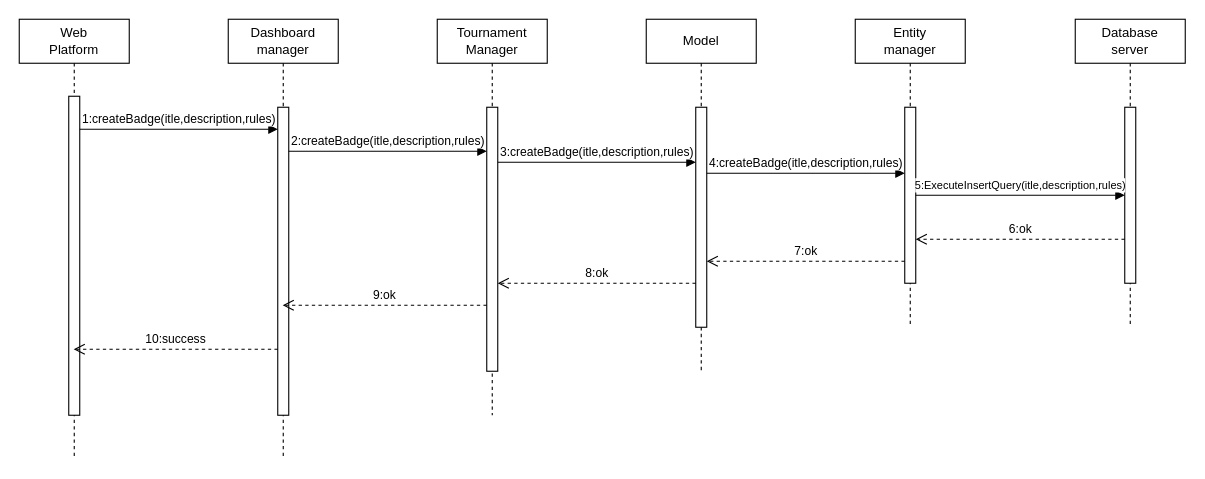
Earlier version of the draw.io diagram page "CreateBadge" (17 of 18) of diagrams/Runtime diagrams/RuntimeDiagrams.drawio (mttcrn/software-engineering-II-project). Source tidied: cells renumbered, new cells numbered last; positions are measured from the earlier drawing's top-left corner, leaving out a move shared by most shapes. Both pictures are drawn from the tidied source at 110%, with x=0, y=0 at pixel (19, 19).
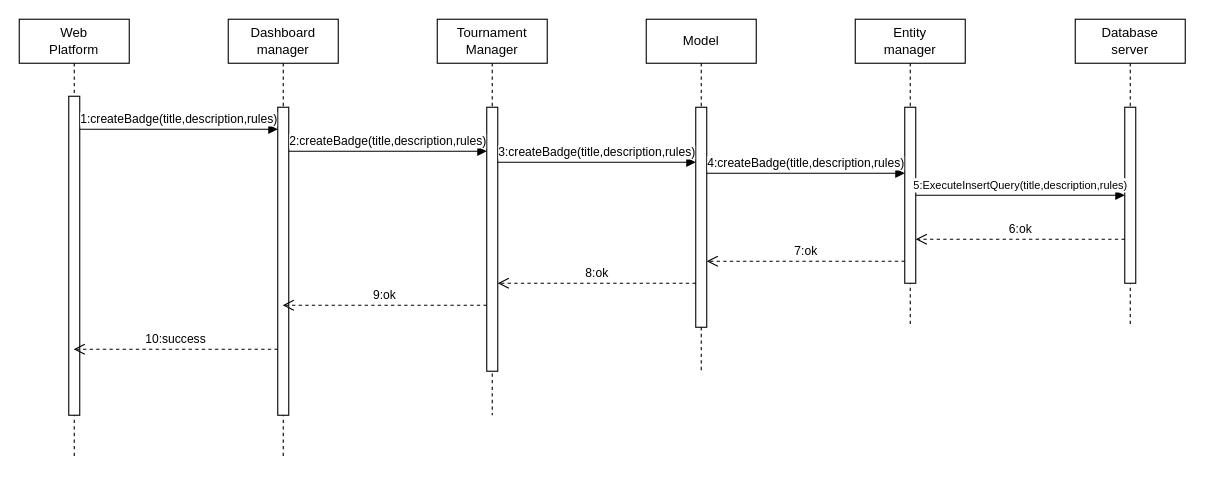
The same page after the edit.

Unchanged cells that the change refers to:
```xml
<mxCell id="3" style="html=1;points=[[0,0,0,0,5],[0,1,0,0,-5],[1,0,0,0,5],[1,1,0,0,-5]];perimeter=orthogonalPerimeter;outlineConnect=0;targetShapes=umlLifeline;portConstraint=eastwest;newEdgeStyle={&quot;curved&quot;:0,&quot;rounded&quot;:0};" parent="2" vertex="1">
  <mxGeometry x="45" y="70" width="10" height="290" as="geometry" />
</mxCell>
<mxCell id="5" style="html=1;points=[[0,0,0,0,5],[0,1,0,0,-5],[1,0,0,0,5],[1,1,0,0,-5]];perimeter=orthogonalPerimeter;outlineConnect=0;targetShapes=umlLifeline;portConstraint=eastwest;newEdgeStyle={&quot;curved&quot;:0,&quot;rounded&quot;:0};" parent="4" vertex="1">
  <mxGeometry x="45" y="80" width="10" height="280" as="geometry" />
</mxCell>
<mxCell id="7" style="html=1;points=[[0,0,0,0,5],[0,1,0,0,-5],[1,0,0,0,5],[1,1,0,0,-5]];perimeter=orthogonalPerimeter;outlineConnect=0;targetShapes=umlLifeline;portConstraint=eastwest;newEdgeStyle={&quot;curved&quot;:0,&quot;rounded&quot;:0};" parent="6" vertex="1">
  <mxGeometry x="45" y="80" width="10" height="160" as="geometry" />
</mxCell>
<mxCell id="9" style="html=1;points=[[0,0,0,0,5],[0,1,0,0,-5],[1,0,0,0,5],[1,1,0,0,-5]];perimeter=orthogonalPerimeter;outlineConnect=0;targetShapes=umlLifeline;portConstraint=eastwest;newEdgeStyle={&quot;curved&quot;:0,&quot;rounded&quot;:0};" parent="8" vertex="1">
  <mxGeometry x="45" y="80" width="10" height="200" as="geometry" />
</mxCell>
<mxCell id="11" style="html=1;points=[[0,0,0,0,5],[0,1,0,0,-5],[1,0,0,0,5],[1,1,0,0,-5]];perimeter=orthogonalPerimeter;outlineConnect=0;targetShapes=umlLifeline;portConstraint=eastwest;newEdgeStyle={&quot;curved&quot;:0,&quot;rounded&quot;:0};" parent="10" vertex="1">
  <mxGeometry x="45" y="80" width="10" height="240" as="geometry" />
</mxCell>
<mxCell id="13" style="html=1;points=[[0,0,0,0,5],[0,1,0,0,-5],[1,0,0,0,5],[1,1,0,0,-5]];perimeter=orthogonalPerimeter;outlineConnect=0;targetShapes=umlLifeline;portConstraint=eastwest;newEdgeStyle={&quot;curved&quot;:0,&quot;rounded&quot;:0};" parent="12" vertex="1">
  <mxGeometry x="45" y="80" width="10" height="160" as="geometry" />
</mxCell>
```

What changed in the source:
```diff
@@
-    <mxCell id="14" value="&lt;font style=&quot;font-size: 11px;&quot;&gt;1:createBadge(itle,description,rules)&lt;/font&gt;" style="html=1;verticalAlign=bottom;endArrow=block;curved=0;rounded=0;" parent="1" edge="1" source="3" target="5">
+    <mxCell id="14" value="&lt;font style=&quot;font-size: 11px;&quot;&gt;1:createBadge(title,description,rules)&lt;/font&gt;" style="html=1;verticalAlign=bottom;endArrow=block;curved=0;rounded=0;" parent="1" edge="1" source="3" target="5">
       <mxGeometry relative="1" as="geometry">
         <Array as="points">
           <mxPoint x="180" y="100" />
         </Array>
       </mxGeometry>
     </mxCell>
-    <mxCell id="15" value="2:createBadge(itle,description,rules)" style="html=1;verticalAlign=bottom;endArrow=block;curved=0;rounded=0;" parent="1" edge="1" source="5" target="11">
+    <mxCell id="15" value="2:createBadge(title,description,rules)" style="html=1;verticalAlign=bottom;endArrow=block;curved=0;rounded=0;" parent="1" edge="1" source="5" target="11">
       <mxGeometry relative="1" as="geometry">
         <Array as="points">
           <mxPoint x="330" y="120" />
         </Array>
       </mxGeometry>
     </mxCell>
-    <mxCell id="16" value="3:createBadge(itle,description,rules)" style="html=1;verticalAlign=bottom;endArrow=block;curved=0;rounded=0;" parent="1" edge="1" source="11" target="9">
+    <mxCell id="16" value="3:createBadge(title,description,rules)" style="html=1;verticalAlign=bottom;endArrow=block;curved=0;rounded=0;" parent="1" edge="1" source="11" target="9">
       <mxGeometry relative="1" as="geometry">
         <Array as="points">
           <mxPoint x="540" y="130" />
         </Array>
       </mxGeometry>
     </mxCell>
-    <mxCell id="17" value="4:createBadge(itle,description,rules)" style="html=1;verticalAlign=bottom;endArrow=block;curved=0;rounded=0;" parent="1" edge="1" source="9" target="7">
+    <mxCell id="17" value="4:createBadge(title,description,rules)" style="html=1;verticalAlign=bottom;endArrow=block;curved=0;rounded=0;" parent="1" edge="1" source="9" target="7">
       <mxGeometry relative="1" as="geometry">
         <Array as="points">
           <mxPoint x="720" y="140" />
         </Array>
       </mxGeometry>
     </mxCell>
-    <mxCell id="18" value="&lt;font style=&quot;font-size: 10px;&quot;&gt;5:ExecuteInsertQuery(itle,description,rules)&lt;/font&gt;" style="html=1;verticalAlign=bottom;endArrow=block;curved=0;rounded=0;" parent="1" edge="1" source="7" target="13">
+    <mxCell id="18" value="&lt;font style=&quot;font-size: 10px;&quot;&gt;5:ExecuteInsertQuery(title,description,rules)&lt;/font&gt;" style="html=1;verticalAlign=bottom;endArrow=block;curved=0;rounded=0;" parent="1" edge="1" source="7" target="13">
       <mxGeometry relative="1" as="geometry" />
     </mxCell>
```
